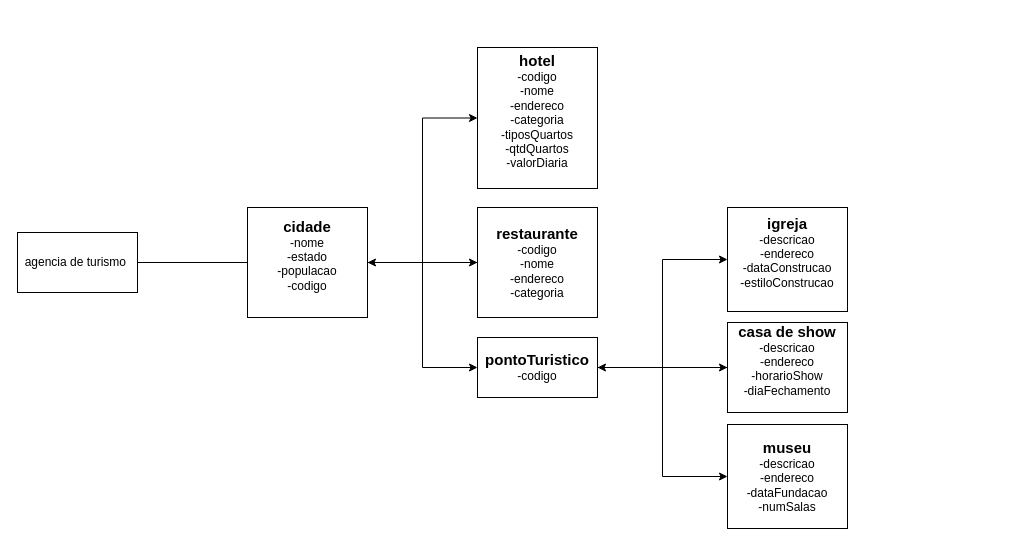
brecarv/bd keeps this draw.io diagram as Agência Turismo.drawio. Above is the earlier version. Source tidied: cells renumbered, new cells numbered last; positions are measured from the earlier drawing's top-left corner, leaving out a move shared by most shapes. Both pictures are drawn from the tidied source at 100%, with x=0, y=0 at pixel (17, 47).
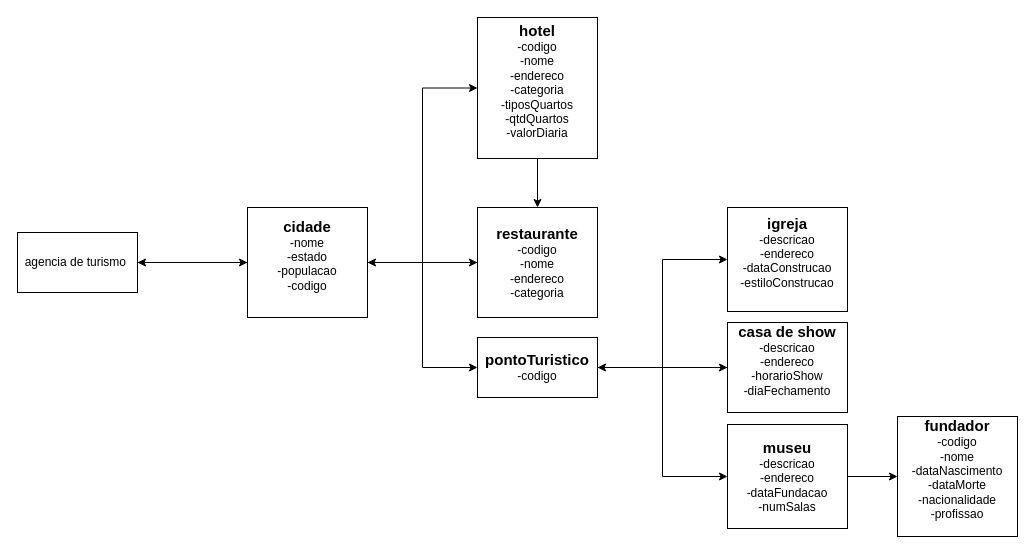
Above is the later version.

Unchanged cells that the change refers to:
```xml
<mxCell id="2" value="agencia de turismo&amp;nbsp;" style="rounded=0;whiteSpace=wrap;html=1;" parent="1" vertex="1">
  <mxGeometry y="185" width="120" height="60" as="geometry" />
</mxCell>
<mxCell id="6" value="&lt;b&gt;&lt;font style=&quot;font-size: 15px&quot;&gt;cidade&lt;/font&gt;&lt;/b&gt;&lt;br&gt;-nome&lt;br&gt;-estado&lt;br&gt;-populacao&lt;br&gt;-codigo&lt;br&gt;&lt;br&gt;" style="rounded=0;whiteSpace=wrap;html=1;" parent="1" vertex="1">
  <mxGeometry x="230" y="160" width="120" height="110" as="geometry" />
</mxCell>
<mxCell id="9" value="&lt;font&gt;&lt;b&gt;&lt;font style=&quot;font-size: 15px&quot;&gt;restaurante&lt;/font&gt;&lt;/b&gt;&lt;br&gt;&lt;span style=&quot;font-size: 12px&quot;&gt;-codigo&lt;br&gt;-nome&lt;br&gt;&lt;/span&gt;-endereco&lt;br&gt;-categoria&lt;br&gt;&lt;/font&gt;" style="rounded=0;whiteSpace=wrap;html=1;" parent="1" vertex="1">
  <mxGeometry x="460" y="160" width="120" height="110" as="geometry" />
</mxCell>
<mxCell id="18" value="&lt;b&gt;&lt;font style=&quot;font-size: 15px&quot;&gt;museu&lt;/font&gt;&lt;/b&gt;&lt;br&gt;-descricao&lt;br&gt;-endereco&lt;br&gt;-dataFundacao&lt;br&gt;-numSalas&lt;br&gt;" style="rounded=0;whiteSpace=wrap;html=1;" parent="1" vertex="1">
  <mxGeometry x="710" y="377" width="120" height="104" as="geometry" />
</mxCell>
```

Diff of the diagram source:
```diff
@@
+    <mxCell id="14" style="edgeStyle=orthogonalEdgeStyle;rounded=0;jettySize=auto;html=1;entryX=0;entryY=0.5;entryDx=0;entryDy=0;" parent="1" edge="1" source="2" target="6">
+      <mxGeometry relative="1" as="geometry" />
+    </mxCell>
@@
+    <mxCell id="19" style="edgeStyle=orthogonalEdgeStyle;rounded=0;jettySize=auto;html=1;entryX=1;entryY=0.5;entryDx=0;entryDy=0;" parent="1" edge="1" source="6" target="2">
+      <mxGeometry relative="1" as="geometry" />
+    </mxCell>
@@
+    <mxCell id="20" style="edgeStyle=orthogonalEdgeStyle;rounded=0;jettySize=auto;html=1;entryX=0.5;entryY=0;entryDx=0;entryDy=0;" parent="1" edge="1" source="7" target="9">
+      <mxGeometry relative="1" as="geometry" />
+    </mxCell>
     <mxCell id="7" value="&lt;b&gt;&lt;font style=&quot;font-size: 15px&quot;&gt;hotel&lt;/font&gt;&lt;/b&gt;&lt;br&gt;-codigo&lt;br&gt;-nome&lt;br&gt;-endereco&lt;br&gt;-categoria&lt;br&gt;-tiposQuartos&lt;br&gt;-qtdQuartos&lt;br&gt;-valorDiaria&lt;br&gt;&lt;br&gt;" style="rounded=0;whiteSpace=wrap;html=1;" parent="1" vertex="1">
-      <mxGeometry x="460" width="120" height="141" as="geometry" />
+      <mxGeometry x="460" y="-30" width="120" height="141" as="geometry" />
     </mxCell>
@@
-    <mxCell id="14" style="endArrow=none;html=1;entryX=0;entryY=0.5;entryDx=0;entryDy=0;exitX=1;exitY=0.5;exitDx=0;exitDy=0;" parent="1" edge="1" source="2" target="6">
-      <mxGeometry relative="1" as="geometry" />
-    </mxCell>
@@
+    <mxCell id="21" style="edgeStyle=orthogonalEdgeStyle;rounded=0;jettySize=auto;html=1;exitX=1;exitY=0.5;exitDx=0;exitDy=0;entryX=0;entryY=0.5;entryDx=0;entryDy=0;" parent="1" edge="1" source="18" target="22">
+      <mxGeometry relative="1" as="geometry" />
+    </mxCell>
@@
+    <mxCell id="22" value="&lt;b&gt;&lt;font style=&quot;font-size: 15px&quot;&gt;fundador&lt;br&gt;&lt;/font&gt;&lt;/b&gt;-codigo&lt;br&gt;-nome&lt;br&gt;-dataNascimento&lt;br&gt;-dataMorte&lt;br&gt;-nacionalidade&lt;br&gt;-profissao&lt;br&gt;&lt;br&gt;" style="rounded=0;whiteSpace=wrap;html=1;" parent="1" vertex="1">
+      <mxGeometry x="880" y="369" width="120" height="120" as="geometry" />
+    </mxCell>
```
